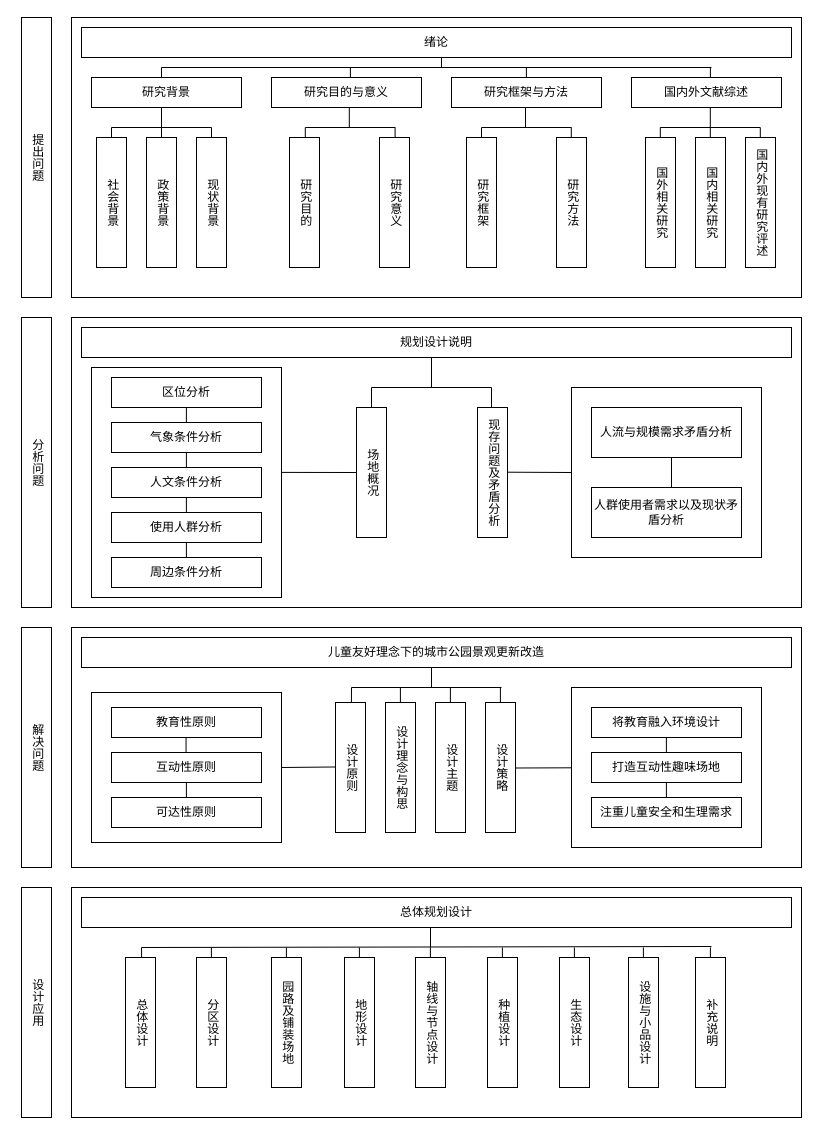
This is 框图.drawio from GushanFall/draw.io, a draw.io file, before an edit. Source tidied: cells renumbered, new cells numbered last; positions are measured from the earlier drawing's top-left corner, leaving out a move shared by most shapes. Both pictures are drawn from the tidied source at 100%, with x=0, y=0 at pixel (21, 17).
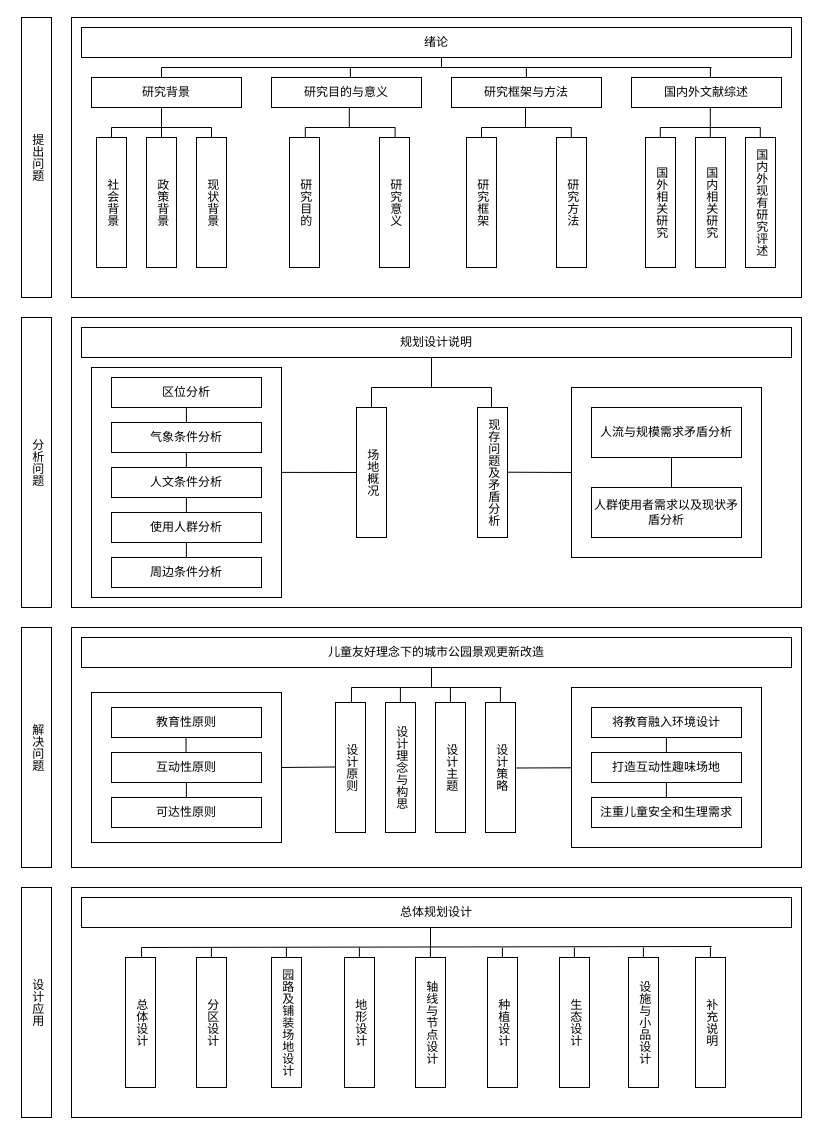
The same page after the edit.

Change to the diagram source:
```diff
@@
-    <mxCell id="52" value="园路及铺装场地" style="rounded=0;whiteSpace=wrap;html=1;textDirection=vertical-rl;" parent="1" vertex="1">
+    <mxCell id="52" value="园路及铺装场地设计" style="rounded=0;whiteSpace=wrap;html=1;textDirection=vertical-rl;" parent="1" vertex="1">
       <mxGeometry x="250" y="940" width="30" height="130" as="geometry" />
     </mxCell>
```
